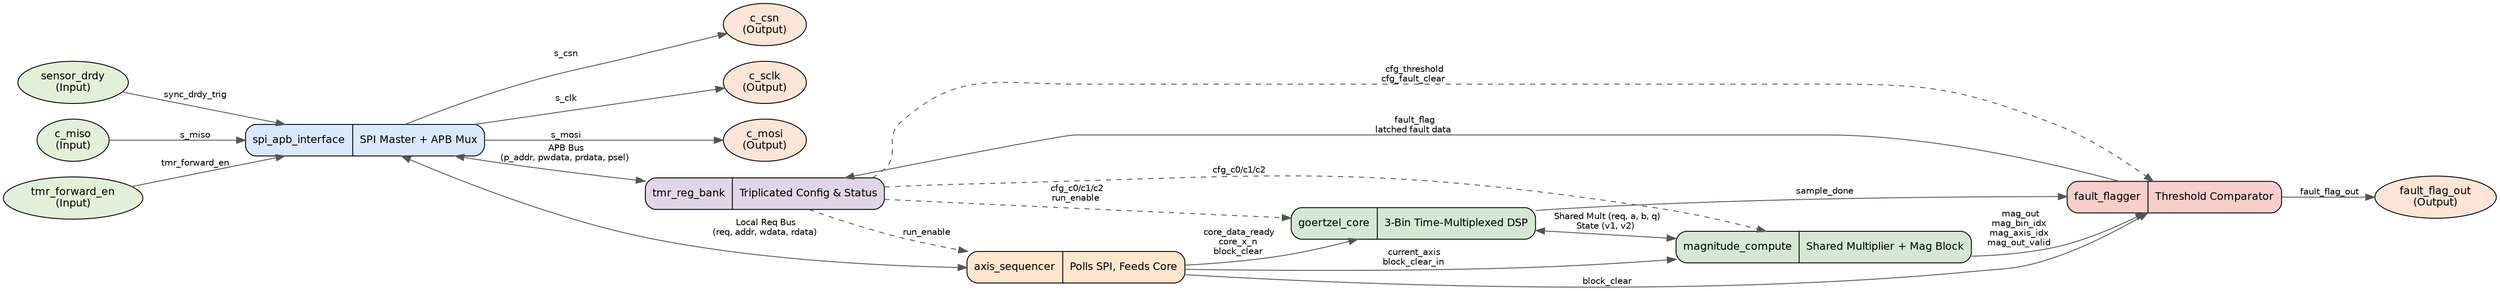
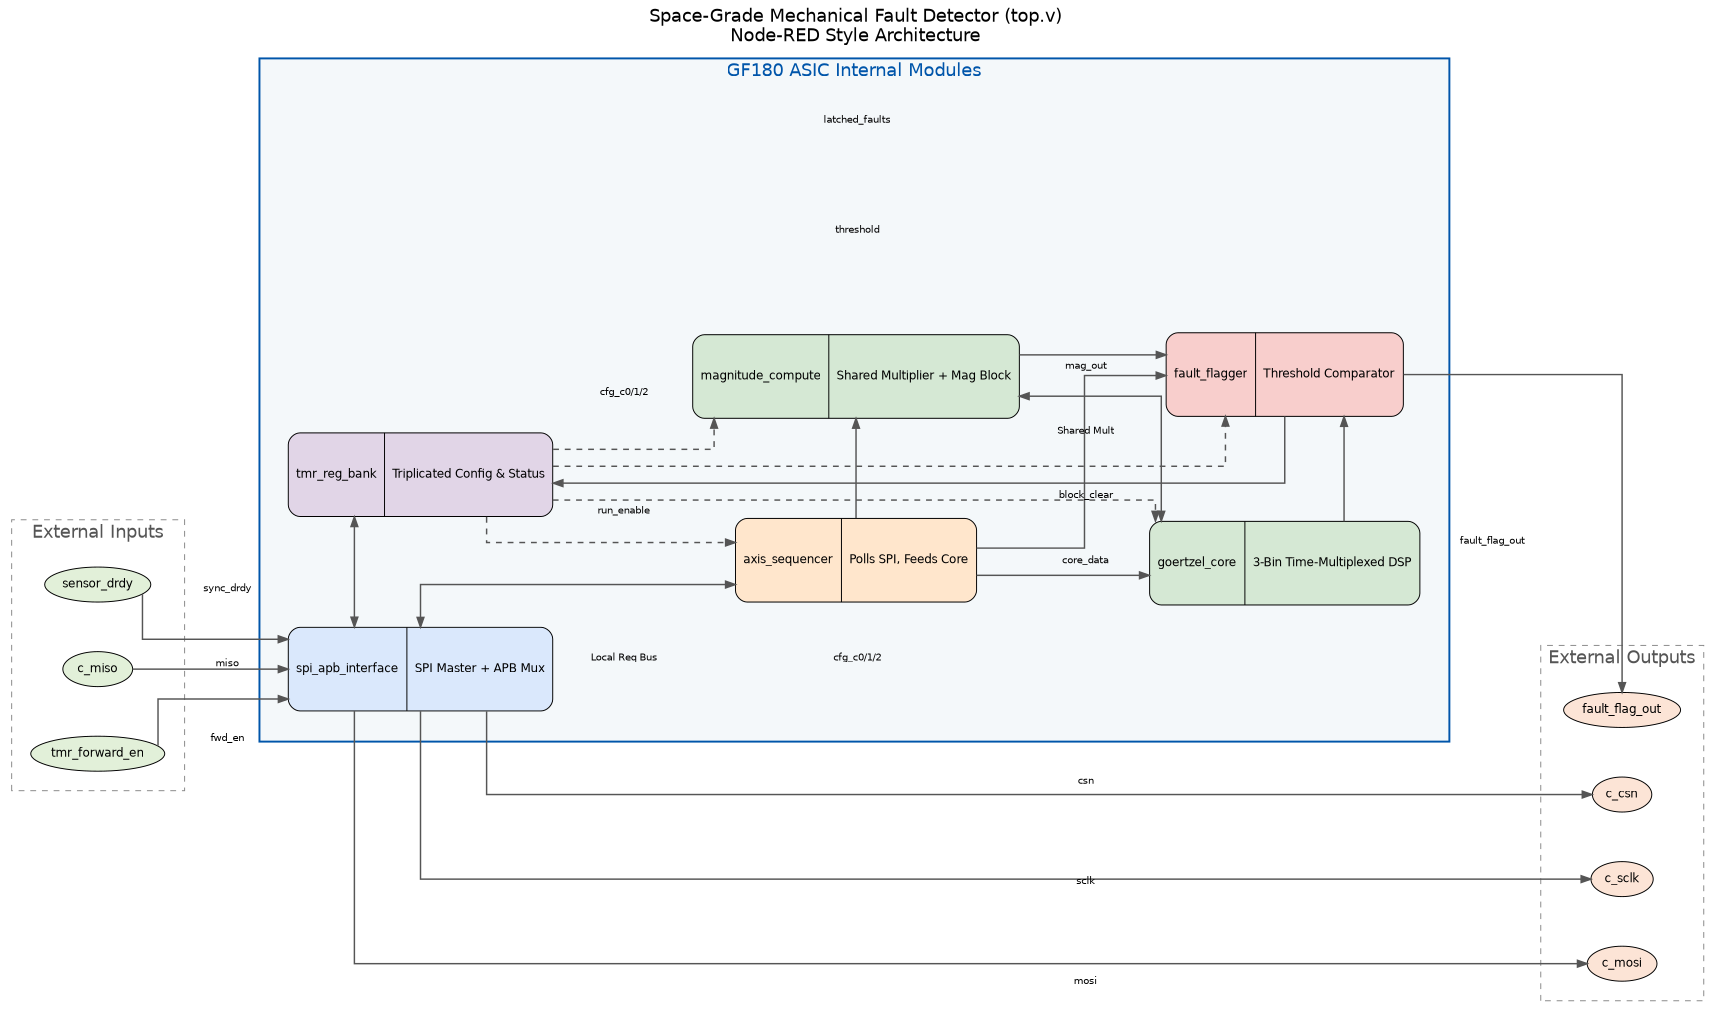
digraph G {
+     fontname="Helvetica";
+     fontsize=18;
+     label="Space-Grade Mechanical Fault Detector (top.v)\nNode-RED Style Architecture";
+     labelloc="t";
+ 
+     // Overall settings for a nice rectangular/16:9 aspect ratio
+     ratio="fill";
+     size="12,6.75!"; // 16:9 aspect ratio (approx 1920x1080 scaled)
+     splines=ortho;
+     nodesep=0.7;
+     ranksep=1.0;
    rankdir=LR;
+ 
    node [shape=record, style="filled,rounded", fontname="Helvetica", fontsize=12];
-     edge [fontname="Helvetica", fontsize=10, color="#555555"];
+     edge [fontname="Helvetica", fontsize=10, color="#555555", penwidth=1.5];

-     // IO Ports
-     node [shape=ellipse, fillcolor="#e2f0d9"];
-     sensor_drdy [label="sensor_drdy\n(Input)"];
-     c_miso [label="c_miso\n(Input)"];
-     tmr_forward_en [label="tmr_forward_en\n(Input)"];
+     subgraph cluster_inputs {
+         label="External Inputs";
+         style=dashed; color="#888888"; fontcolor="#555555";
+         margin=20;

-     node [shape=ellipse, fillcolor="#fce4d6"];
-     c_csn [label="c_csn\n(Output)"];
-     c_sclk [label="c_sclk\n(Output)"];
-     c_mosi [label="c_mosi\n(Output)"];
-     fault_flag_out [label="fault_flag_out\n(Output)"];
+         sensor_drdy [shape=ellipse, fillcolor="#e2f0d9", label="sensor_drdy"];
+         c_miso [shape=ellipse, fillcolor="#e2f0d9", label="c_miso"];
+         tmr_forward_en [shape=ellipse, fillcolor="#e2f0d9", label="tmr_forward_en"];
+     }

-     // Modules
-     node [shape=record, fillcolor="#dae8fc"];
-     spi_apb_inst [label="{ spi_apb_interface | SPI Master + APB Mux }"];
+     subgraph cluster_top {
+         label="GF180 ASIC Internal Modules";
+         style="filled,solid"; fillcolor="#f4f8fa"; color="#0055aa"; penwidth=2; fontcolor="#0055aa";
+         margin=30;

-     node [fillcolor="#e1d5e7"];
-     tmr_inst [label="{ tmr_reg_bank | Triplicated Config & Status }"];
+         // Define Modules
+         spi_apb_inst [label="{ spi_apb_interface | SPI Master + APB Mux }", fillcolor="#dae8fc", height=1.2, width=2.5];
+         tmr_inst [label="{ tmr_reg_bank | Triplicated Config & Status }", fillcolor="#e1d5e7", height=1.2, width=2.5];

-     node [fillcolor="#ffe6cc"];
-     axseq_inst [label="{ axis_sequencer | Polls SPI, Feeds Core }"];
+         axseq_inst [label="{ axis_sequencer | Polls SPI, Feeds Core }", fillcolor="#ffe6cc", height=1.2, width=2.5];
+         goertzel_inst [label="{ goertzel_core | 3-Bin Time-Multiplexed DSP }", fillcolor="#d5e8d4", height=1.2, width=2.5];

-     node [fillcolor="#d5e8d4"];
-     goertzel_inst [label="{ goertzel_core | 3-Bin Time-Multiplexed DSP }"];
-     mag_inst [label="{ magnitude_compute | Shared Multiplier + Mag Block }"];
+         mag_inst [label="{ magnitude_compute | Shared Multiplier + Mag Block }", fillcolor="#d5e8d4", height=1.2, width=2.5];
+         ff_inst [label="{ fault_flagger | Threshold Comparator }", fillcolor="#f8cecc", height=1.2, width=2.5];

-     node [fillcolor="#f8cecc"];
-     ff_inst [label="{ fault_flagger | Threshold Comparator }"];
+         // Force them into 3 vertical columns (since rankdir=LR, rank=same means same X column)
+         { rank=same; spi_apb_inst; tmr_inst }
+         { rank=same; axseq_inst; mag_inst }
+         { rank=same; goertzel_inst; ff_inst }
+     }
+ 
+     subgraph cluster_outputs {
+         label="External Outputs";
+         style=dashed; color="#888888"; fontcolor="#555555";
+         margin=20;
+ 
+         c_csn [shape=ellipse, fillcolor="#fce4d6", label="c_csn"];
+         c_sclk [shape=ellipse, fillcolor="#fce4d6", label="c_sclk"];
+         c_mosi [shape=ellipse, fillcolor="#fce4d6", label="c_mosi"];
+         fault_flag_out [shape=ellipse, fillcolor="#fce4d6", label="fault_flag_out"];
+     }

    // Connections - Inputs
-     sensor_drdy -> spi_apb_inst [label=" sync_drdy_trig"];
-     c_miso -> spi_apb_inst [label=" s_miso"];
-     tmr_forward_en -> spi_apb_inst [label=" tmr_forward_en"];
+     sensor_drdy -> spi_apb_inst [label=" sync_drdy"];
+     c_miso -> spi_apb_inst [label=" miso"];
+     tmr_forward_en -> spi_apb_inst [label=" fwd_en"];

    // Connections - Outputs
-     spi_apb_inst -> c_csn [label=" s_csn"];
-     spi_apb_inst -> c_sclk [label=" s_clk"];
-     spi_apb_inst -> c_mosi [label=" s_mosi"];
+     spi_apb_inst -> c_csn [label=" csn"];
+     spi_apb_inst -> c_sclk [label=" sclk"];
+     spi_apb_inst -> c_mosi [label=" mosi"];

    // Inter-module connections
-     spi_apb_inst -> tmr_inst [dir=both, label=" APB Bus\n(p_addr, pwdata, prdata, psel)"];
-     spi_apb_inst -> axseq_inst [dir=both, label=" Local Req Bus\n(req, addr, wdata, rdata)"];
+     spi_apb_inst -> tmr_inst [dir=both, label=" APB Bus"];
+     spi_apb_inst -> axseq_inst [dir=both, label=" Local Req Bus"];

-     tmr_inst -> goertzel_inst [style=dashed, label=" cfg_c0/c1/c2\nrun_enable"];
-     tmr_inst -> mag_inst [style=dashed, label=" cfg_c0/c1/c2"];
+     tmr_inst -> goertzel_inst [style=dashed, label=" cfg_c0/1/2"];
+     tmr_inst -> mag_inst [style=dashed, label=" cfg_c0/1/2"];
    tmr_inst -> axseq_inst [style=dashed, label=" run_enable"];
-     tmr_inst -> ff_inst [style=dashed, label=" cfg_threshold\ncfg_fault_clear"];
+     tmr_inst -> ff_inst [style=dashed, label=" threshold"];

-     axseq_inst -> goertzel_inst [label=" core_data_ready\ncore_x_n\nblock_clear"];
-     axseq_inst -> mag_inst [label=" current_axis\nblock_clear_in"];
+     axseq_inst -> goertzel_inst [label=" core_data"];
+     axseq_inst -> mag_inst [label=" current_axis"];
    axseq_inst -> ff_inst [label=" block_clear"];

-     goertzel_inst -> mag_inst [dir=both, label=" Shared Mult (req, a, b, q)\nState (v1, v2)"];
+     goertzel_inst -> mag_inst [dir=both, label=" Shared Mult"];
    goertzel_inst -> ff_inst [label=" sample_done"];

-     mag_inst -> ff_inst [label=" mag_out\nmag_bin_idx\nmag_axis_idx\nmag_out_valid"];
+     mag_inst -> ff_inst [label=" mag_out"];

-     ff_inst -> tmr_inst [label=" fault_flag\nlatched fault data"];
+     ff_inst -> tmr_inst [label=" latched_faults"];
    ff_inst -> fault_flag_out [label=" fault_flag_out"];
}
